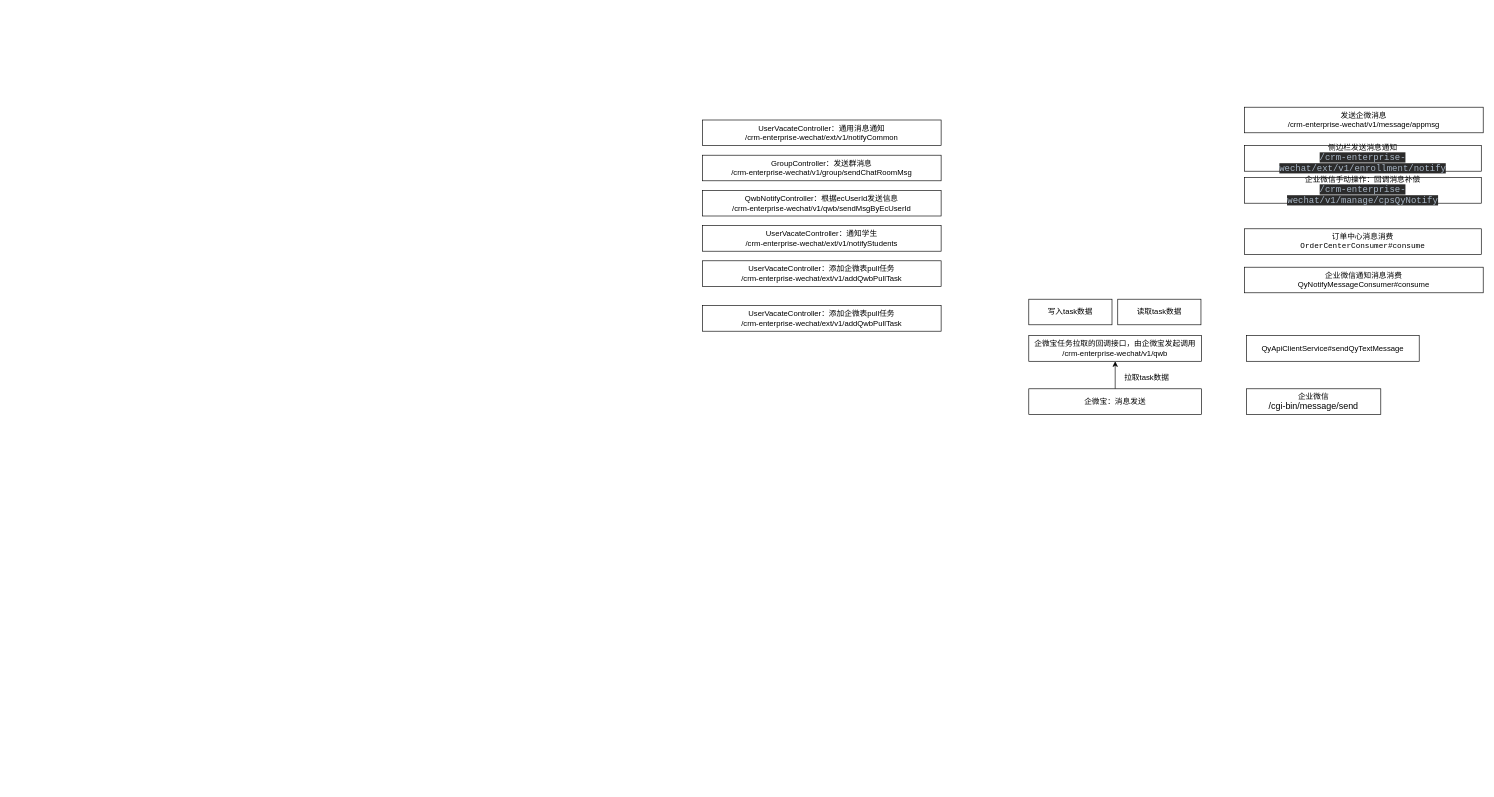
This is 核桃-企微消息发送总结.drawio from hongweilv-whu/flowCharts, a draw.io file, before an edit. Source tidied: cells renumbered, new cells numbered last; positions are measured from the earlier drawing's top-left corner, leaving out a move shared by most shapes. Both pictures are drawn from the tidied source at 64%, with x=0, y=0 at pixel (702, 107).
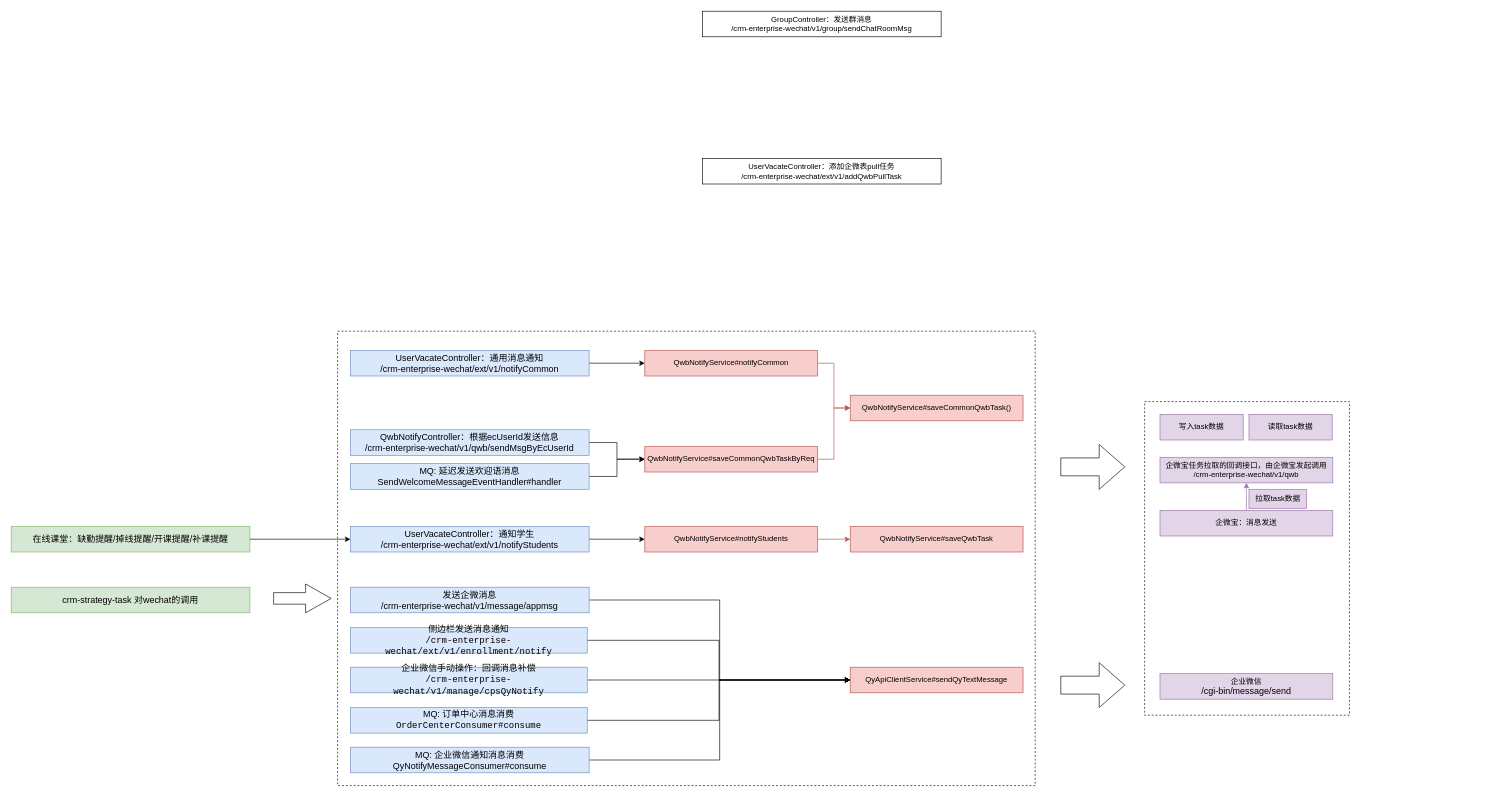
Above is the later version.

Commit message:
更新核桃-企微消息发送总结.drawio

Change to the diagram source:
```diff
@@
+    <mxCell id="21" style="rounded=0;whiteSpace=wrap;html=1;labelBackgroundColor=#FFFFFF;fillColor=none;dashed=1;" parent="1" vertex="1">
+      <mxGeometry x="691" y="460" width="320" height="490" as="geometry" />
+    </mxCell>
-    <mxCell id="2" style="edgeStyle=orthogonalEdgeStyle;rounded=0;jettySize=auto;html=1;exitX=0.5;exitY=0;exitDx=0;exitDy=0;entryX=0.5;entryY=1;entryDx=0;entryDy=0;" parent="1" edge="1" source="3" target="11">
+    <mxCell id="2" style="edgeStyle=orthogonalEdgeStyle;rounded=0;jettySize=auto;html=1;exitX=0.5;exitY=0;exitDx=0;exitDy=0;entryX=0.5;entryY=1;entryDx=0;entryDy=0;fillColor=#e1d5e7;strokeColor=#9673a6;" parent="1" edge="1" source="3" target="11">
       <mxGeometry relative="1" as="geometry" />
     </mxCell>
-    <mxCell id="3" value="&lt;font style=&quot;&quot;&gt;企微宝：消息发送&lt;br&gt;&lt;/font&gt;" style="rounded=0;whiteSpace=wrap;html=1;" parent="1" vertex="1">
-      <mxGeometry x="510" y="440" width="270" height="40" as="geometry" />
+    <mxCell id="3" value="&lt;font style=&quot;&quot;&gt;企微宝：消息发送&lt;br&gt;&lt;/font&gt;" style="rounded=0;whiteSpace=wrap;html=1;fillColor=#e1d5e7;strokeColor=#9673a6;" parent="1" vertex="1">
+      <mxGeometry x="715" y="630" width="270" height="40" as="geometry" />
     </mxCell>
-    <mxCell id="4" value="&lt;font style=&quot;&quot;&gt;企业微信&lt;br&gt;&lt;span style=&quot;font-size: 14px;&quot;&gt;/cgi-bin/message/send&lt;/span&gt;&lt;br&gt;&lt;/font&gt;" style="rounded=0;whiteSpace=wrap;html=1;" parent="1" vertex="1">
-      <mxGeometry x="850" y="440" width="210" height="40" as="geometry" />
+    <mxCell id="4" value="&lt;font style=&quot;&quot;&gt;企业微信&lt;br&gt;&lt;span style=&quot;font-size: 14px;&quot;&gt;/cgi-bin/message/send&lt;/span&gt;&lt;br&gt;&lt;/font&gt;" style="rounded=0;whiteSpace=wrap;html=1;fillColor=#e1d5e7;strokeColor=#9673a6;" parent="1" vertex="1">
+      <mxGeometry x="715" y="885" width="270" height="40" as="geometry" />
     </mxCell>
-    <mxCell id="5" value="&lt;font style=&quot;&quot;&gt;QyApiClientService#sendQyTextMessage&lt;br&gt;&lt;/font&gt;" style="rounded=0;whiteSpace=wrap;html=1;" parent="1" vertex="1">
-      <mxGeometry x="850" y="357" width="270" height="40" as="geometry" />
+    <mxCell id="5" value="&lt;font style=&quot;&quot;&gt;QyApiClientService#sendQyTextMessage&lt;br&gt;&lt;/font&gt;" style="rounded=0;whiteSpace=wrap;html=1;fillColor=#f8cecc;strokeColor=#b85450;" parent="1" vertex="1">
+      <mxGeometry x="231" y="875" width="270" height="40" as="geometry" />
     </mxCell>
+    <mxCell id="22" style="edgeStyle=orthogonalEdgeStyle;rounded=0;jettySize=auto;html=1;exitX=1;exitY=0.5;exitDx=0;exitDy=0;entryX=0;entryY=0.5;entryDx=0;entryDy=0;" parent="1" edge="1" source="6" target="5">
+      <mxGeometry relative="1" as="geometry" />
+    </mxCell>
-    <mxCell id="6" value="&lt;font style=&quot;&quot;&gt;发送企微消息&lt;br&gt;/crm-enterprise-wechat/v1/message/appmsg&lt;br&gt;&lt;/font&gt;" style="rounded=0;whiteSpace=wrap;html=1;" parent="1" vertex="1">
-      <mxGeometry x="847" width="373" height="40" as="geometry" />
+    <mxCell id="6" value="&lt;font style=&quot;font-size: 14px;&quot;&gt;发送企微消息&lt;br style=&quot;font-size: 14px;&quot;&gt;/crm-enterprise-wechat/v1/message/appmsg&lt;br style=&quot;font-size: 14px;&quot;&gt;&lt;/font&gt;" style="rounded=0;whiteSpace=wrap;html=1;fillColor=#dae8fc;strokeColor=#6c8ebf;fontSize=14;" parent="1" vertex="1">
+      <mxGeometry x="-550" y="750" width="373" height="40" as="geometry" />
     </mxCell>
+    <mxCell id="23" style="edgeStyle=orthogonalEdgeStyle;rounded=0;jettySize=auto;html=1;exitX=1;exitY=0.5;exitDx=0;exitDy=0;entryX=0;entryY=0.5;entryDx=0;entryDy=0;" parent="1" edge="1" source="7" target="5">
+      <mxGeometry relative="1" as="geometry">
+        <Array as="points">
+          <mxPoint x="26" y="833" />
+          <mxPoint x="26" y="895" />
+        </Array>
+      </mxGeometry>
+    </mxCell>
-    <mxCell id="7" value="&lt;font style=&quot;&quot;&gt;侧边栏发送消息通知&lt;br&gt;&lt;span style=&quot;background-color: rgb(43, 43, 43); color: rgb(169, 183, 198); font-family: &amp;quot;JetBrains Mono&amp;quot;, monospace; font-size: 10.5pt;&quot;&gt;/crm-enterprise-wechat/ext/v1/enrollment/notify&lt;/span&gt;&lt;br&gt;&lt;/font&gt;" style="rounded=0;whiteSpace=wrap;html=1;" parent="1" vertex="1">
-      <mxGeometry x="847" y="60" width="370" height="40" as="geometry" />
+    <mxCell id="7" value="&lt;font style=&quot;font-size: 14px;&quot;&gt;侧边栏发送消息通知&lt;br style=&quot;font-size: 14px;&quot;&gt;&lt;font face=&quot;JetBrains Mono, monospace&quot; style=&quot;font-size: 14px;&quot;&gt;/crm-enterprise-wechat/ext/v1/enrollment/notify&lt;/font&gt;&lt;br style=&quot;font-size: 14px;&quot;&gt;&lt;/font&gt;" style="rounded=0;whiteSpace=wrap;html=1;fillColor=#dae8fc;strokeColor=#6c8ebf;fontSize=14;" parent="1" vertex="1">
+      <mxGeometry x="-550" y="813" width="370" height="40" as="geometry" />
     </mxCell>
+    <mxCell id="24" style="edgeStyle=orthogonalEdgeStyle;rounded=0;jettySize=auto;html=1;exitX=1;exitY=0.5;exitDx=0;exitDy=0;entryX=0;entryY=0.5;entryDx=0;entryDy=0;" parent="1" edge="1" source="8" target="5">
+      <mxGeometry relative="1" as="geometry">
+        <Array as="points">
+          <mxPoint x="26" y="958" />
+          <mxPoint x="26" y="895" />
+        </Array>
+      </mxGeometry>
+    </mxCell>
-    <mxCell id="8" value="&lt;font style=&quot;&quot;&gt;订单中心消息消费&lt;br&gt;&lt;font face=&quot;JetBrains Mono, monospace&quot;&gt;OrderCenterConsumer#consume&lt;/font&gt;&lt;br&gt;&lt;/font&gt;" style="rounded=0;whiteSpace=wrap;html=1;" parent="1" vertex="1">
-      <mxGeometry x="847" y="190" width="370" height="40" as="geometry" />
+    <mxCell id="8" value="&lt;font style=&quot;font-size: 14px;&quot;&gt;MQ: 订单中心消息消费&lt;br style=&quot;font-size: 14px;&quot;&gt;&lt;font face=&quot;JetBrains Mono, monospace&quot; style=&quot;font-size: 14px;&quot;&gt;OrderCenterConsumer#consume&lt;/font&gt;&lt;br style=&quot;font-size: 14px;&quot;&gt;&lt;/font&gt;" style="rounded=0;whiteSpace=wrap;html=1;fillColor=#dae8fc;strokeColor=#6c8ebf;fontSize=14;" parent="1" vertex="1">
+      <mxGeometry x="-550" y="938" width="370" height="40" as="geometry" />
     </mxCell>
+    <mxCell id="25" style="edgeStyle=orthogonalEdgeStyle;rounded=0;jettySize=auto;html=1;exitX=1;exitY=0.5;exitDx=0;exitDy=0;entryX=0;entryY=0.5;entryDx=0;entryDy=0;" parent="1" edge="1" source="9" target="5">
+      <mxGeometry relative="1" as="geometry" />
+    </mxCell>
-    <mxCell id="9" value="&lt;font style=&quot;&quot;&gt;企业微信手动操作：回调消息补偿&lt;br&gt;&lt;span style=&quot;background-color: rgb(43, 43, 43); color: rgb(169, 183, 198); font-family: &amp;quot;JetBrains Mono&amp;quot;, monospace; font-size: 10.5pt;&quot;&gt;/crm-enterprise-wechat/v1/manage/cpsQyNotify&lt;/span&gt;&lt;br&gt;&lt;/font&gt;" style="rounded=0;whiteSpace=wrap;html=1;" parent="1" vertex="1">
-      <mxGeometry x="847" y="110" width="370" height="40" as="geometry" />
+    <mxCell id="9" value="&lt;font style=&quot;font-size: 14px;&quot;&gt;企业微信手动操作：回调消息补偿&lt;br style=&quot;font-size: 14px;&quot;&gt;&lt;font face=&quot;JetBrains Mono, monospace&quot; style=&quot;font-size: 14px;&quot;&gt;/crm-enterprise-wechat/v1/manage/cpsQyNotify&lt;/font&gt;&lt;br style=&quot;font-size: 14px;&quot;&gt;&lt;/font&gt;" style="rounded=0;whiteSpace=wrap;html=1;fillColor=#dae8fc;strokeColor=#6c8ebf;fontSize=14;" parent="1" vertex="1">
+      <mxGeometry x="-550" y="875" width="370" height="40" as="geometry" />
     </mxCell>
+    <mxCell id="26" style="edgeStyle=orthogonalEdgeStyle;rounded=0;jettySize=auto;html=1;exitX=1;exitY=0.5;exitDx=0;exitDy=0;entryX=0;entryY=0.5;entryDx=0;entryDy=0;" parent="1" edge="1" source="10" target="5">
+      <mxGeometry relative="1" as="geometry" />
+    </mxCell>
-    <mxCell id="10" value="&lt;font style=&quot;&quot;&gt;企业微信通知消息消费&lt;br&gt;QyNotifyMessageConsumer#consume&lt;br&gt;&lt;/font&gt;" style="rounded=0;whiteSpace=wrap;html=1;" parent="1" vertex="1">
-      <mxGeometry x="847" y="250" width="373" height="40" as="geometry" />
+    <mxCell id="10" value="&lt;font style=&quot;font-size: 14px;&quot;&gt;MQ: 企业微信通知消息消费&lt;br style=&quot;font-size: 14px;&quot;&gt;QyNotifyMessageConsumer#consume&lt;br style=&quot;font-size: 14px;&quot;&gt;&lt;/font&gt;" style="rounded=0;whiteSpace=wrap;html=1;fillColor=#dae8fc;strokeColor=#6c8ebf;fontSize=14;" parent="1" vertex="1">
+      <mxGeometry x="-550" y="1000" width="373" height="40" as="geometry" />
     </mxCell>
-    <mxCell id="11" value="&lt;font style=&quot;&quot;&gt;企微宝任务拉取的回调接口，由企微宝发起调用&lt;br&gt;/crm-enterprise-wechat/v1/qwb&lt;br&gt;&lt;/font&gt;" style="rounded=0;whiteSpace=wrap;html=1;" parent="1" vertex="1">
-      <mxGeometry x="510" y="357" width="270" height="40" as="geometry" />
+    <mxCell id="11" value="&lt;font style=&quot;&quot;&gt;企微宝任务拉取的回调接口，由企微宝发起调用&lt;br&gt;/crm-enterprise-wechat/v1/qwb&lt;br&gt;&lt;/font&gt;" style="rounded=0;whiteSpace=wrap;html=1;fillColor=#e1d5e7;strokeColor=#9673a6;" parent="1" vertex="1">
+      <mxGeometry x="715" y="547" width="270" height="40" as="geometry" />
     </mxCell>
-    <mxCell id="12" value="拉取task数据" style="text;html=1;align=center;verticalAlign=middle;strokeColor=none;fillColor=none;" parent="1" vertex="1">
-      <mxGeometry x="649" y="407" width="90" height="30" as="geometry" />
+    <mxCell id="12" value="拉取task数据" style="text;html=1;align=center;verticalAlign=middle;strokeColor=#9673a6;fillColor=#e1d5e7;" parent="1" vertex="1">
+      <mxGeometry x="854" y="597" width="90" height="30" as="geometry" />
     </mxCell>
-    <mxCell id="13" value="&lt;font style=&quot;&quot;&gt;写入task数据&lt;br&gt;&lt;/font&gt;" style="rounded=0;whiteSpace=wrap;html=1;" parent="1" vertex="1">
-      <mxGeometry x="510" y="300" width="130" height="40" as="geometry" />
+    <mxCell id="13" value="&lt;font style=&quot;&quot;&gt;写入task数据&lt;br&gt;&lt;/font&gt;" style="rounded=0;whiteSpace=wrap;html=1;fillColor=#e1d5e7;strokeColor=#9673a6;" parent="1" vertex="1">
+      <mxGeometry x="715" y="480" width="130" height="40" as="geometry" />
     </mxCell>
-    <mxCell id="14" value="&lt;font style=&quot;&quot;&gt;读取task数据&lt;br&gt;&lt;/font&gt;" style="rounded=0;whiteSpace=wrap;html=1;" parent="1" vertex="1">
-      <mxGeometry x="649" y="300" width="130" height="40" as="geometry" />
+    <mxCell id="14" value="&lt;font style=&quot;&quot;&gt;读取task数据&lt;br&gt;&lt;/font&gt;" style="rounded=0;whiteSpace=wrap;html=1;fillColor=#e1d5e7;strokeColor=#9673a6;" parent="1" vertex="1">
+      <mxGeometry x="854" y="480" width="130" height="40" as="geometry" />
     </mxCell>
     <mxCell id="15" value="&lt;font style=&quot;&quot;&gt;UserVacateController：添加企微表pull任务&lt;br&gt;/crm-enterprise-wechat/ext/v1/addQwbPullTask&lt;br&gt;&lt;/font&gt;" style="rounded=0;whiteSpace=wrap;html=1;" parent="1" vertex="1">
-      <mxGeometry y="240" width="373" height="40" as="geometry" />
+      <mxGeometry y="80" width="373" height="40" as="geometry" />
     </mxCell>
+    <mxCell id="27" style="edgeStyle=orthogonalEdgeStyle;rounded=0;jettySize=auto;html=1;exitX=1;exitY=0.5;exitDx=0;exitDy=0;entryX=0;entryY=0.5;entryDx=0;entryDy=0;" parent="1" edge="1" source="16" target="33">
+      <mxGeometry relative="1" as="geometry" />
+    </mxCell>
-    <mxCell id="16" value="&lt;font style=&quot;&quot;&gt;UserVacateController：通知学生&lt;br&gt;/crm-enterprise-wechat/ext/v1/notifyStudents&lt;br&gt;&lt;/font&gt;" style="rounded=0;whiteSpace=wrap;html=1;" parent="1" vertex="1">
-      <mxGeometry y="185" width="373" height="40" as="geometry" />
+    <mxCell id="16" value="&lt;font style=&quot;font-size: 14px;&quot;&gt;UserVacateController：通知学生&lt;br style=&quot;font-size: 14px;&quot;&gt;/crm-enterprise-wechat/ext/v1/notifyStudents&lt;br style=&quot;font-size: 14px;&quot;&gt;&lt;/font&gt;" style="rounded=0;whiteSpace=wrap;html=1;fillColor=#dae8fc;strokeColor=#6c8ebf;fontSize=14;" parent="1" vertex="1">
+      <mxGeometry x="-550" y="655" width="373" height="40" as="geometry" />
     </mxCell>
+    <mxCell id="28" style="edgeStyle=orthogonalEdgeStyle;rounded=0;jettySize=auto;html=1;exitX=1;exitY=0.5;exitDx=0;exitDy=0;entryX=0;entryY=0.5;entryDx=0;entryDy=0;" parent="1" edge="1" source="17" target="35">
+      <mxGeometry relative="1" as="geometry" />
+    </mxCell>
-    <mxCell id="17" value="&lt;font style=&quot;&quot;&gt;UserVacateController：通用消息通知&lt;br&gt;/crm-enterprise-wechat/ext/v1/notifyCommon&lt;br&gt;&lt;/font&gt;" style="rounded=0;whiteSpace=wrap;html=1;" parent="1" vertex="1">
-      <mxGeometry y="20" width="373" height="40" as="geometry" />
+    <mxCell id="17" value="&lt;font style=&quot;font-size: 14px;&quot;&gt;UserVacateController：通用消息通知&lt;br style=&quot;font-size: 14px;&quot;&gt;/crm-enterprise-wechat/ext/v1/notifyCommon&lt;br style=&quot;font-size: 14px;&quot;&gt;&lt;/font&gt;" style="rounded=0;whiteSpace=wrap;html=1;fillColor=#dae8fc;strokeColor=#6c8ebf;fontSize=14;" parent="1" vertex="1">
+      <mxGeometry x="-550" y="380" width="373" height="40" as="geometry" />
     </mxCell>
     <mxCell id="18" value="&lt;font style=&quot;&quot;&gt;GroupController：发送群消息&lt;br&gt;/crm-enterprise-wechat/v1/group/sendChatRoomMsg&lt;br&gt;&lt;/font&gt;" style="rounded=0;whiteSpace=wrap;html=1;" parent="1" vertex="1">
-      <mxGeometry y="75" width="373" height="40" as="geometry" />
+      <mxGeometry y="-150" width="373" height="40" as="geometry" />
     </mxCell>
+    <mxCell id="29" style="edgeStyle=orthogonalEdgeStyle;rounded=0;jettySize=auto;html=1;exitX=1;exitY=0.5;exitDx=0;exitDy=0;entryX=0;entryY=0.5;entryDx=0;entryDy=0;" parent="1" edge="1" source="19" target="37">
+      <mxGeometry relative="1" as="geometry" />
+    </mxCell>
-    <mxCell id="19" value="&lt;font style=&quot;&quot;&gt;QwbNotifyController：根据ecUserId发送信息&lt;br&gt;/crm-enterprise-wechat/v1/qwb/sendMsgByEcUserId&lt;br&gt;&lt;/font&gt;" style="rounded=0;whiteSpace=wrap;html=1;" parent="1" vertex="1">
-      <mxGeometry y="130" width="373" height="40" as="geometry" />
+    <mxCell id="19" value="&lt;font style=&quot;font-size: 14px;&quot;&gt;QwbNotifyController：根据ecUserId发送信息&lt;br style=&quot;font-size: 14px;&quot;&gt;/crm-enterprise-wechat/v1/qwb/sendMsgByEcUserId&lt;br style=&quot;font-size: 14px;&quot;&gt;&lt;/font&gt;" style="rounded=0;whiteSpace=wrap;html=1;fillColor=#dae8fc;strokeColor=#6c8ebf;fontSize=14;" parent="1" vertex="1">
+      <mxGeometry x="-550" y="504" width="373" height="40" as="geometry" />
     </mxCell>
-    <mxCell id="20" value="&lt;font style=&quot;&quot;&gt;UserVacateController：添加企微表pull任务&lt;br&gt;/crm-enterprise-wechat/ext/v1/addQwbPullTask&lt;br&gt;&lt;/font&gt;" style="rounded=0;whiteSpace=wrap;html=1;" parent="1" vertex="1">
-      <mxGeometry y="310" width="373" height="40" as="geometry" />
-    </mxCell>
+    <mxCell id="30" value="&lt;font style=&quot;&quot;&gt;QwbNotifyService#saveCommonQwbTask()&lt;br&gt;&lt;/font&gt;" style="rounded=0;whiteSpace=wrap;html=1;fillColor=#f8cecc;strokeColor=#b85450;" parent="1" vertex="1">
+      <mxGeometry x="231" y="450" width="270" height="40" as="geometry" />
+    </mxCell>
+    <mxCell id="31" value="&lt;font style=&quot;&quot;&gt;QwbNotifyService#saveQwbTask&lt;br&gt;&lt;/font&gt;" style="rounded=0;whiteSpace=wrap;html=1;fillColor=#f8cecc;strokeColor=#b85450;" parent="1" vertex="1">
+      <mxGeometry x="231" y="655" width="270" height="40" as="geometry" />
+    </mxCell>
+    <mxCell id="32" style="edgeStyle=orthogonalEdgeStyle;rounded=0;jettySize=auto;html=1;exitX=1;exitY=0.5;exitDx=0;exitDy=0;entryX=0;entryY=0.5;entryDx=0;entryDy=0;fillColor=#f8cecc;strokeColor=#b85450;" parent="1" edge="1" source="33" target="31">
+      <mxGeometry relative="1" as="geometry" />
+    </mxCell>
+    <mxCell id="33" value="&lt;font style=&quot;&quot;&gt;QwbNotifyService#notifyStudents&lt;br&gt;&lt;/font&gt;" style="rounded=0;whiteSpace=wrap;html=1;fillColor=#f8cecc;strokeColor=#b85450;" parent="1" vertex="1">
+      <mxGeometry x="-90" y="655" width="270" height="40" as="geometry" />
+    </mxCell>
+    <mxCell id="34" style="edgeStyle=orthogonalEdgeStyle;rounded=0;jettySize=auto;html=1;exitX=1;exitY=0.5;exitDx=0;exitDy=0;entryX=0;entryY=0.5;entryDx=0;entryDy=0;fillColor=#f8cecc;strokeColor=#b85450;" parent="1" edge="1" source="35" target="30">
+      <mxGeometry relative="1" as="geometry" />
+    </mxCell>
+    <mxCell id="35" value="&lt;font style=&quot;&quot;&gt;QwbNotifyService#notifyCommon&lt;br&gt;&lt;/font&gt;" style="rounded=0;whiteSpace=wrap;html=1;fillColor=#f8cecc;strokeColor=#b85450;" parent="1" vertex="1">
+      <mxGeometry x="-90" y="380" width="270" height="40" as="geometry" />
+    </mxCell>
+    <mxCell id="36" style="edgeStyle=orthogonalEdgeStyle;rounded=0;jettySize=auto;html=1;exitX=1;exitY=0.5;exitDx=0;exitDy=0;entryX=0;entryY=0.5;entryDx=0;entryDy=0;fillColor=#f8cecc;strokeColor=#b85450;" parent="1" edge="1" source="37" target="30">
+      <mxGeometry relative="1" as="geometry" />
+    </mxCell>
+    <mxCell id="37" value="&lt;font style=&quot;&quot;&gt;QwbNotifyService#saveCommonQwbTaskByReq&lt;br&gt;&lt;/font&gt;" style="rounded=0;whiteSpace=wrap;html=1;fillColor=#f8cecc;strokeColor=#b85450;" parent="1" vertex="1">
+      <mxGeometry x="-90" y="530" width="270" height="40" as="geometry" />
+    </mxCell>
+    <mxCell id="38" style="edgeStyle=orthogonalEdgeStyle;rounded=0;jettySize=auto;html=1;exitX=1;exitY=0.5;exitDx=0;exitDy=0;entryX=0;entryY=0.5;entryDx=0;entryDy=0;" parent="1" edge="1" source="39" target="37">
+      <mxGeometry relative="1" as="geometry" />
+    </mxCell>
+    <mxCell id="39" value="&lt;font style=&quot;font-size: 14px;&quot;&gt;&lt;div style=&quot;font-size: 14px;&quot;&gt;MQ: 延迟发送欢迎语消息&lt;/div&gt;&lt;div style=&quot;font-size: 14px;&quot;&gt;SendWelcomeMessageEventHandler#handler&lt;/div&gt;&lt;/font&gt;" style="rounded=0;whiteSpace=wrap;html=1;fillColor=#dae8fc;strokeColor=#6c8ebf;fontSize=14;" parent="1" vertex="1">
+      <mxGeometry x="-550" y="557" width="373" height="40" as="geometry" />
+    </mxCell>
+    <mxCell id="40" style="edgeStyle=orthogonalEdgeStyle;rounded=0;jettySize=auto;html=1;exitX=1;exitY=0.5;exitDx=0;exitDy=0;fontSize=14;" parent="1" edge="1" source="41" target="16">
+      <mxGeometry relative="1" as="geometry" />
+    </mxCell>
+    <mxCell id="41" value="&lt;font style=&quot;font-size: 14px;&quot;&gt;在线课堂：缺勤提醒/掉线提醒/开课提醒/补课提醒&lt;br style=&quot;font-size: 14px;&quot;&gt;&lt;/font&gt;" style="rounded=0;whiteSpace=wrap;html=1;fillColor=#d5e8d4;strokeColor=#82b366;fontSize=14;" parent="1" vertex="1">
+      <mxGeometry x="-1080" y="655" width="373" height="40" as="geometry" />
+    </mxCell>
+    <mxCell id="42" value="&lt;font style=&quot;font-size: 14px;&quot;&gt;crm-strategy-task 对wechat的调用&lt;br style=&quot;font-size: 14px;&quot;&gt;&lt;/font&gt;" style="rounded=0;whiteSpace=wrap;html=1;fillColor=#d5e8d4;strokeColor=#82b366;fontSize=14;" parent="1" vertex="1">
+      <mxGeometry x="-1080" y="750" width="373" height="40" as="geometry" />
+    </mxCell>
+    <mxCell id="43" style="rounded=0;whiteSpace=wrap;html=1;labelBackgroundColor=#FFFFFF;fillColor=none;dashed=1;" parent="1" vertex="1">
+      <mxGeometry x="-570" y="350" width="1090" height="710" as="geometry" />
+    </mxCell>
+    <mxCell id="44" style="html=1;shadow=0;dashed=0;align=center;verticalAlign=middle;shape=mxgraph.arrows2.arrow;dy=0.6;dx=40;notch=0;" parent="1" vertex="1">
+      <mxGeometry x="560" y="527" width="100" height="70" as="geometry" />
+    </mxCell>
+    <mxCell id="45" style="html=1;shadow=0;dashed=0;align=center;verticalAlign=middle;shape=mxgraph.arrows2.arrow;dy=0.6;dx=40;notch=0;" parent="1" vertex="1">
+      <mxGeometry x="560" y="868" width="100" height="70" as="geometry" />
+    </mxCell>
+    <mxCell id="46" style="html=1;shadow=0;dashed=0;align=center;verticalAlign=middle;shape=mxgraph.arrows2.arrow;dy=0.6;dx=40;notch=0;" parent="1" vertex="1">
+      <mxGeometry x="-670" y="745" width="90" height="45" as="geometry" />
+    </mxCell>
```
